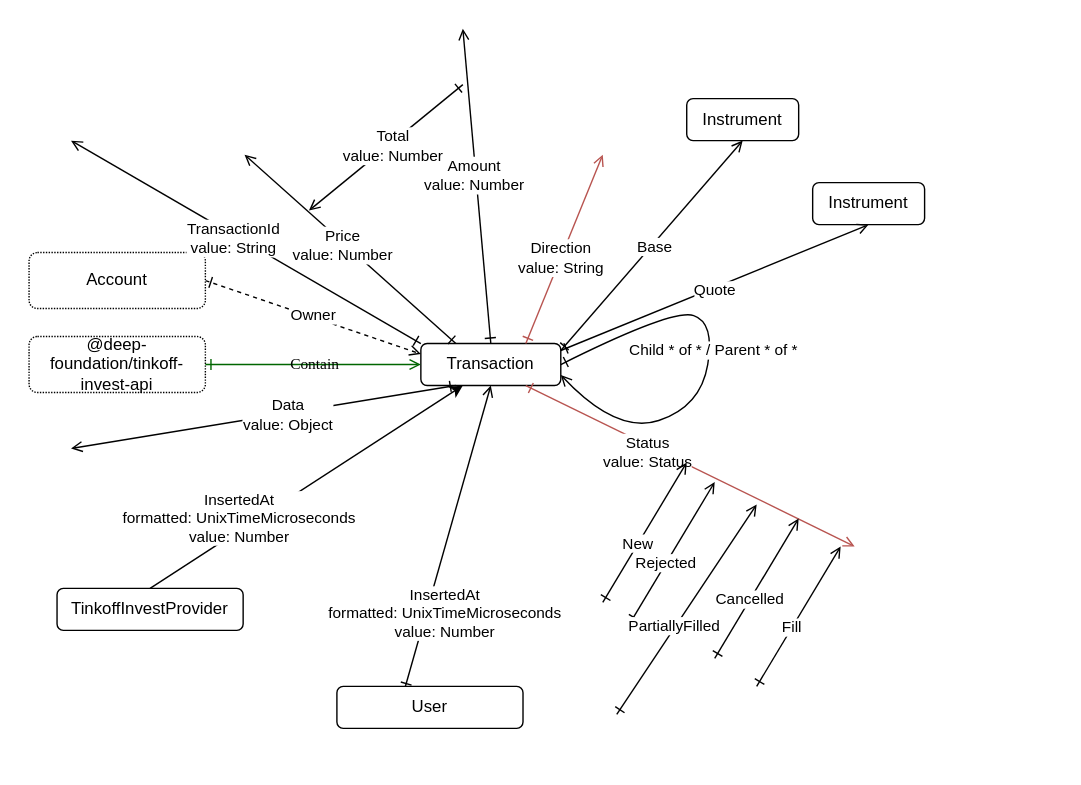
Earlier version of the draw.io export src/transaction/Transaction.drawio.svg (suenot/deep-tinkoff-invest-api). Source tidied: cells renumbered, new cells last; positions are measured from the earlier drawing's top-left corner, leaving out a move shared by most shapes.
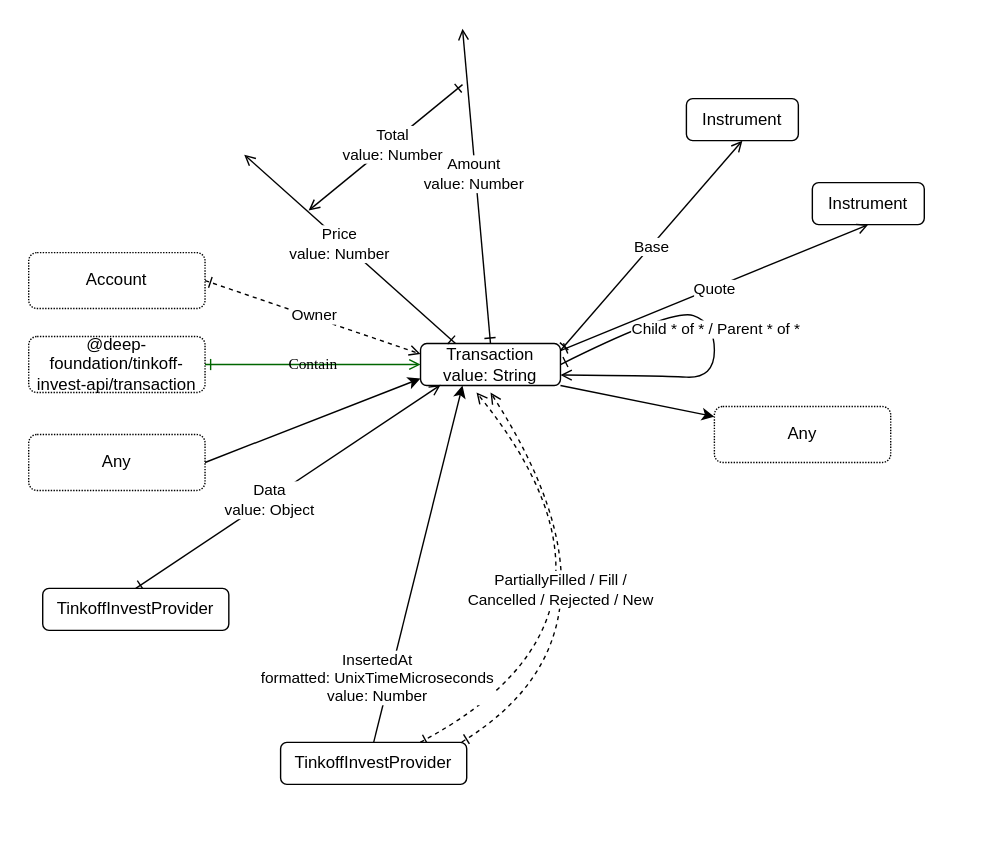
Later version of the same file.

Diff of the diagram source:
```diff
@@ -3,7 +3,7 @@
     <mxCell id="0" />
     <mxCell id="1" parent="0" />
     <mxCell id="2" style="rounded=0;whiteSpace=wrap;html=1;strokeColor=none;" parent="1" vertex="1">
-      <mxGeometry width="770" height="560" as="geometry" />
+      <mxGeometry width="700" height="600" as="geometry" />
     </mxCell>
     <mxCell id="3" style="edgeStyle=none;html=1;exitX=0.5;exitY=0;exitDx=0;exitDy=0;startArrow=ERone;startFill=0;endArrow=open;endFill=0;" parent="1" edge="1" source="5">
       <mxGeometry relative="1" as="geometry">
@@ -13,7 +13,10 @@
     <mxCell id="4" value="Amount&lt;br&gt;value: Number" style="edgeLabel;html=1;align=center;verticalAlign=middle;" parent="3" vertex="1">
       <mxGeometry x="0.08" y="2" relative="1" as="geometry" />
     </mxCell>
+    <mxCell id="46" style="edgeStyle=none;html=1;exitX=1;exitY=1;exitDx=0;exitDy=0;strokeColor=#000000;" parent="1" edge="1" source="5" target="49">
+      <mxGeometry relative="1" as="geometry" />
+    </mxCell>
-    <mxCell id="5" value="Transaction" style="rounded=1;whiteSpace=wrap;html=1;labelBackgroundColor=none;" parent="1" vertex="1">
+    <mxCell id="5" value="Transaction&lt;br&gt;value: String" style="rounded=1;whiteSpace=wrap;html=1;labelBackgroundColor=none;" parent="1" vertex="1">
       <mxGeometry x="300" y="245" width="100" height="30" as="geometry" />
     </mxCell>
     <mxCell id="6" style="edgeStyle=none;html=1;startArrow=ERone;startFill=0;endArrow=open;endFill=0;" parent="1" edge="1">
@@ -25,14 +28,6 @@
     <mxCell id="7" value="Total&lt;br&gt;value: Number" style="edgeLabel;html=1;align=center;verticalAlign=middle;" parent="6" vertex="1">
       <mxGeometry x="-0.07" y="1" relative="1" as="geometry" />
     </mxCell>
-    <mxCell id="8" style="edgeStyle=none;html=1;startArrow=ERone;startFill=0;endArrow=open;endFill=0;strokeColor=#b85450;exitX=0.75;exitY=0;exitDx=0;exitDy=0;fillColor=#f8cecc;" parent="1" edge="1" source="5">
-      <mxGeometry relative="1" as="geometry">
-        <mxPoint x="430" y="110" as="targetPoint" />
-      </mxGeometry>
-    </mxCell>
-    <mxCell id="9" value="Direction&lt;br&gt;value: String" style="edgeLabel;html=1;align=center;verticalAlign=middle;" parent="8" vertex="1">
-      <mxGeometry x="-0.07" y="1" relative="1" as="geometry" />
-    </mxCell>
     <mxCell id="10" style="edgeStyle=none;html=1;exitX=0.25;exitY=0;exitDx=0;exitDy=0;startArrow=ERone;startFill=0;endArrow=open;endFill=0;entryX=0.5;entryY=1;entryDx=0;entryDy=0;" parent="1" edge="1" source="5">
       <mxGeometry relative="1" as="geometry">
         <mxPoint x="174" y="110" as="targetPoint" />
@@ -50,53 +45,25 @@
     <mxCell id="14" value="Account" style="rounded=1;whiteSpace=wrap;html=1;labelBackgroundColor=none;dashed=1;dashPattern=1 1;" parent="1" vertex="1">
       <mxGeometry x="20" y="180" width="126" height="40" as="geometry" />
     </mxCell>
-    <mxCell id="15" value="@deep-foundation/tinkoff-invest-api" style="rounded=1;whiteSpace=wrap;html=1;labelBackgroundColor=none;dashed=1;dashPattern=1 1;" parent="1" vertex="1">
+    <mxCell id="15" value="@deep-foundation/tinkoff-invest-api/transaction" style="rounded=1;whiteSpace=wrap;html=1;labelBackgroundColor=none;dashed=1;dashPattern=1 1;" parent="1" vertex="1">
       <mxGeometry x="20" y="240" width="126" height="40" as="geometry" />
     </mxCell>
     <mxCell id="16" value="Contain" style="jettySize=auto;html=1;shadow=0;labelBackgroundColor=none;startArrow=ERone;startFill=0;endArrow=open;endFill=0;fontColor=#000000;fontFamily=Comic Sans MS;entryX=0;entryY=0.5;entryDx=0;entryDy=0;exitX=1;exitY=0.5;exitDx=0;exitDy=0;strokeColor=#006600;" parent="1" edge="1" source="15" target="5">
       <mxGeometry relative="1" as="geometry" />
     </mxCell>
-    <mxCell id="17" style="edgeStyle=none;html=1;startArrow=ERone;startFill=0;endArrow=open;endFill=0;strokeColor=#000000;entryX=0.5;entryY=1;entryDx=0;entryDy=0;exitX=0.364;exitY=0.062;exitDx=0;exitDy=0;exitPerimeter=0;" parent="1" edge="1" source="43" target="5">
-      <mxGeometry relative="1" as="geometry" />
-    </mxCell>
-    <mxCell id="18" value="InsertedAt&lt;br&gt;formatted: UnixTimeMicroseconds&amp;nbsp;&lt;br&gt;value: Number" style="edgeLabel;html=1;align=center;verticalAlign=middle;" parent="17" vertex="1">
-      <mxGeometry x="-0.07" y="1" relative="1" as="geometry">
-        <mxPoint y="46" as="offset" />
-      </mxGeometry>
-    </mxCell>
-    <mxCell id="19" style="edgeStyle=none;html=1;exitX=0;exitY=0;exitDx=0;exitDy=0;startArrow=ERone;startFill=0;endArrow=open;endFill=0;entryX=0.5;entryY=1;entryDx=0;entryDy=0;" parent="1" edge="1" source="5">
-      <mxGeometry relative="1" as="geometry">
-        <mxPoint x="50" y="100" as="targetPoint" />
-      </mxGeometry>
-    </mxCell>
-    <mxCell id="20" value="TransactionId&lt;br&gt;value: String" style="edgeLabel;html=1;align=center;verticalAlign=middle;" parent="19" vertex="1">
-      <mxGeometry x="0.08" y="2" relative="1" as="geometry" />
-    </mxCell>
-    <mxCell id="21" style="edgeStyle=none;html=1;exitX=0.25;exitY=1;exitDx=0;exitDy=0;startArrow=ERone;startFill=0;endArrow=open;endFill=0;" parent="1" edge="1" source="5">
-      <mxGeometry relative="1" as="geometry">
-        <mxPoint x="50" y="320" as="targetPoint" />
-      </mxGeometry>
+    <mxCell id="21" style="edgeStyle=none;html=1;exitX=0.5;exitY=0;exitDx=0;exitDy=0;startArrow=ERone;startFill=0;endArrow=open;endFill=0;entryX=0.144;entryY=0.984;entryDx=0;entryDy=0;entryPerimeter=0;" parent="1" edge="1" source="50" target="5">
+      <mxGeometry relative="1" as="geometry" />
     </mxCell>
     <mxCell id="22" value="Data&lt;br&gt;value: Object" style="edgeLabel;html=1;align=center;verticalAlign=middle;" parent="21" vertex="1">
       <mxGeometry x="-0.12" relative="1" as="geometry" />
     </mxCell>
-    <mxCell id="23" style="edgeStyle=none;html=1;exitX=0.75;exitY=1;exitDx=0;exitDy=0;startArrow=ERone;startFill=0;endArrow=open;endFill=0;strokeColor=#b85450;fillColor=#f8cecc;" parent="1" edge="1" source="5">
-      <mxGeometry relative="1" as="geometry">
-        <mxPoint x="610" y="390" as="targetPoint" />
-      </mxGeometry>
-    </mxCell>
-    <mxCell id="24" value="Status&lt;br&gt;value: Status" style="edgeLabel;html=1;align=center;verticalAlign=middle;" parent="23" vertex="1">
-      <mxGeometry x="-0.16" y="2" relative="1" as="geometry">
-        <mxPoint x="-15" as="offset" />
-      </mxGeometry>
-    </mxCell>
     <mxCell id="25" style="edgeStyle=none;html=1;startArrow=ERone;startFill=0;endArrow=open;endFill=0;strokeColor=#000000;exitX=1;exitY=0.5;exitDx=0;exitDy=0;curved=1;entryX=1;entryY=0.75;entryDx=0;entryDy=0;" parent="1" edge="1" source="5" target="5">
       <mxGeometry relative="1" as="geometry">
         <Array as="points">
           <mxPoint x="480" y="220" />
           <mxPoint x="510" y="230" />
-          <mxPoint x="500" y="290" />
-          <mxPoint x="440" y="310" />
+          <mxPoint x="510" y="270" />
+          <mxPoint x="470" y="268" />
         </Array>
       </mxGeometry>
     </mxCell>
@@ -125,62 +92,48 @@
     <mxCell id="32" value="Base" style="edgeLabel;html=1;align=center;verticalAlign=middle;" parent="31" vertex="1">
       <mxGeometry relative="1" as="geometry" />
     </mxCell>
-    <mxCell id="33" style="edgeStyle=none;html=1;startArrow=ERone;startFill=0;endArrow=open;endFill=0;strokeColor=#000000;" parent="1" edge="1">
-      <mxGeometry relative="1" as="geometry">
-        <mxPoint x="430" y="430" as="sourcePoint" />
-        <mxPoint x="490" y="330" as="targetPoint" />
-      </mxGeometry>
-    </mxCell>
-    <mxCell id="34" value="New" style="edgeLabel;html=1;align=center;verticalAlign=middle;" parent="33" vertex="1">
-      <mxGeometry x="-0.16" y="2" relative="1" as="geometry" />
-    </mxCell>
-    <mxCell id="35" style="edgeStyle=none;html=1;startArrow=ERone;startFill=0;endArrow=open;endFill=0;strokeColor=#000000;" parent="1" edge="1">
+    <mxCell id="35" style="edgeStyle=none;html=1;startArrow=ERone;startFill=0;endArrow=open;endFill=0;strokeColor=#000000;exitX=0.75;exitY=0;exitDx=0;exitDy=0;dashed=1;curved=1;" parent="1" edge="1" source="45">
       <mxGeometry relative="1" as="geometry">
-        <mxPoint x="450" y="444" as="sourcePoint" />
-        <mxPoint x="510" y="344" as="targetPoint" />
+        <mxPoint x="340" y="280" as="targetPoint" />
+        <Array as="points">
+          <mxPoint x="470" y="440" />
+        </Array>
       </mxGeometry>
     </mxCell>
-    <mxCell id="36" value="Rejected" style="edgeLabel;html=1;align=center;verticalAlign=middle;" parent="35" vertex="1">
-      <mxGeometry x="-0.16" y="2" relative="1" as="geometry" />
-    </mxCell>
-    <mxCell id="37" style="edgeStyle=none;html=1;startArrow=ERone;startFill=0;endArrow=open;endFill=0;strokeColor=#000000;" parent="1" edge="1">
+    <mxCell id="37" style="edgeStyle=none;html=1;startArrow=ERone;startFill=0;endArrow=open;endFill=0;strokeColor=#000000;exitX=0.973;exitY=-0.007;exitDx=0;exitDy=0;exitPerimeter=0;curved=1;dashed=1;" parent="1" edge="1" source="45">
       <mxGeometry relative="1" as="geometry">
-        <mxPoint x="440" y="510" as="sourcePoint" />
-        <mxPoint x="540" y="360" as="targetPoint" />
+        <mxPoint x="350" y="280" as="targetPoint" />
+        <Array as="points">
+          <mxPoint x="460" y="450" />
+        </Array>
       </mxGeometry>
     </mxCell>
-    <mxCell id="38" value="PartiallyFilled" style="edgeLabel;html=1;align=center;verticalAlign=middle;" parent="37" vertex="1">
-      <mxGeometry x="-0.16" y="2" relative="1" as="geometry" />
+    <mxCell id="38" value="PartiallyFilled / Fill /&lt;br&gt;Cancelled / Rejected / New" style="edgeLabel;html=1;align=center;verticalAlign=middle;" parent="37" vertex="1">
+      <mxGeometry x="-0.16" y="2" relative="1" as="geometry">
+        <mxPoint x="-56" y="-30" as="offset" />
+      </mxGeometry>
     </mxCell>
-    <mxCell id="39" style="edgeStyle=none;html=1;startArrow=ERone;startFill=0;endArrow=open;endFill=0;strokeColor=#000000;" parent="1" edge="1">
-      <mxGeometry relative="1" as="geometry">
-        <mxPoint x="510" y="470" as="sourcePoint" />
-        <mxPoint x="570" y="370" as="targetPoint" />
-      </mxGeometry>
-    </mxCell>
-    <mxCell id="40" value="Cancelled" style="edgeLabel;html=1;align=center;verticalAlign=middle;" parent="39" vertex="1">
-      <mxGeometry x="-0.16" y="2" relative="1" as="geometry" />
-    </mxCell>
-    <mxCell id="41" style="edgeStyle=none;html=1;startArrow=ERone;startFill=0;endArrow=open;endFill=0;strokeColor=#000000;" parent="1" edge="1">
-      <mxGeometry relative="1" as="geometry">
-        <mxPoint x="540" y="490" as="sourcePoint" />
-        <mxPoint x="600" y="390" as="targetPoint" />
-      </mxGeometry>
-    </mxCell>
-    <mxCell id="42" value="Fill" style="edgeLabel;html=1;align=center;verticalAlign=middle;" parent="41" vertex="1">
-      <mxGeometry x="-0.16" y="2" relative="1" as="geometry" />
-    </mxCell>
-    <mxCell id="43" value="User" style="rounded=1;whiteSpace=wrap;html=1;labelBackgroundColor=none;" parent="1" vertex="1">
-      <mxGeometry x="240" y="490" width="133" height="30" as="geometry" />
-    </mxCell>
     <mxCell id="44" value="InsertedAt&lt;br&gt;formatted: UnixTimeMicroseconds&amp;nbsp;&lt;br&gt;value: Number" style="edgeStyle=none;html=1;exitX=0.5;exitY=0;exitDx=0;exitDy=0;" parent="1" edge="1" source="45">
-      <mxGeometry x="-0.4" y="7" relative="1" as="geometry">
+      <mxGeometry x="-0.66" y="9" relative="1" as="geometry">
         <mxPoint x="330" y="275" as="targetPoint" />
-        <mxPoint y="-1" as="offset" />
       </mxGeometry>
     </mxCell>
     <mxCell id="45" value="TinkoffInvestProvider" style="rounded=1;whiteSpace=wrap;html=1;labelBackgroundColor=none;" parent="1" vertex="1">
-      <mxGeometry x="40" y="420" width="133" height="30" as="geometry" />
+      <mxGeometry x="200" y="530" width="133" height="30" as="geometry" />
     </mxCell>
+    <mxCell id="47" style="edgeStyle=none;html=1;exitX=1;exitY=0.5;exitDx=0;exitDy=0;strokeColor=#000000;" parent="1" edge="1" source="48">
+      <mxGeometry relative="1" as="geometry">
+        <mxPoint x="300" y="270" as="targetPoint" />
+      </mxGeometry>
+    </mxCell>
+    <mxCell id="48" value="Any" style="rounded=1;whiteSpace=wrap;html=1;labelBackgroundColor=none;dashed=1;dashPattern=1 1;" parent="1" vertex="1">
+      <mxGeometry x="20" y="310" width="126" height="40" as="geometry" />
+    </mxCell>
+    <mxCell id="49" value="Any" style="rounded=1;whiteSpace=wrap;html=1;labelBackgroundColor=none;dashed=1;dashPattern=1 1;" parent="1" vertex="1">
+      <mxGeometry x="510" y="290" width="126" height="40" as="geometry" />
+    </mxCell>
+    <mxCell id="50" value="TinkoffInvestProvider" style="rounded=1;whiteSpace=wrap;html=1;labelBackgroundColor=none;" parent="1" vertex="1">
+      <mxGeometry x="30" y="420" width="133" height="30" as="geometry" />
+    </mxCell>
   </root>
 </mxGraphModel>
```
